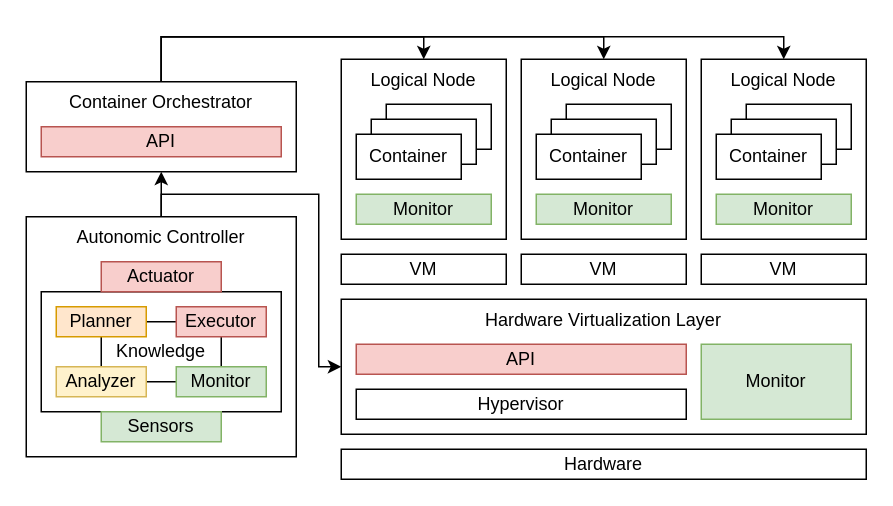
Before: resources/02_theoretical_framework/container_orchestration_platform/diagrams.drawio in niksauer/MasterThesis, a draw.io diagram. Source tidied: cells renumbered, new cells numbered last; positions are measured from the earlier drawing's top-left corner, leaving out a move shared by most shapes. Both pictures are drawn from the tidied source at 150%, with x=0, y=0 at pixel (26, 36).
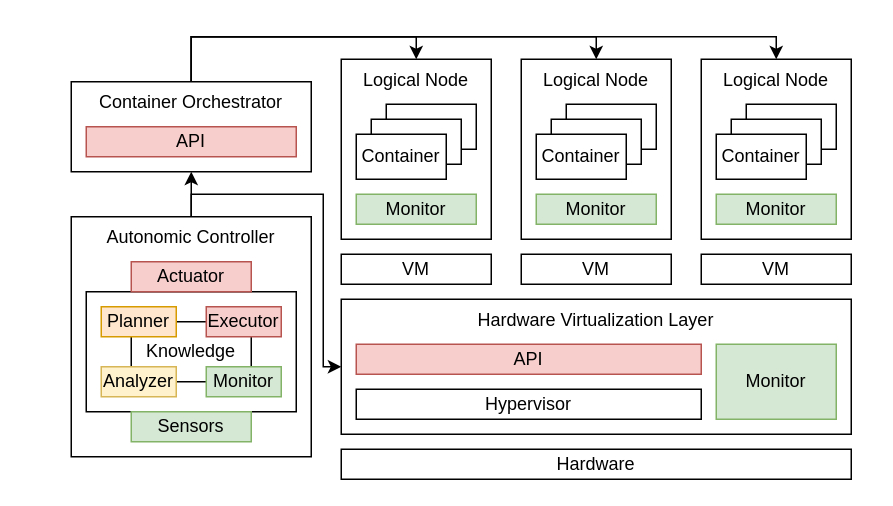
Above is the later version.

Commit message:
Enlarge diagram of container orchestration platforms

What changed in the source:
```diff
@@
     <mxCell id="2" value="Container Orchestrator" style="rounded=0;whiteSpace=wrap;html=1;verticalAlign=top;" parent="1" vertex="1">
-      <mxGeometry y="30" width="180" height="60" as="geometry" />
+      <mxGeometry x="30" y="30" width="160" height="60" as="geometry" />
     </mxCell>
     <mxCell id="3" style="edgeStyle=orthogonalEdgeStyle;rounded=0;jumpStyle=arc;jettySize=auto;html=1;exitX=0.5;exitY=0;exitDx=0;exitDy=0;entryX=0;entryY=0.5;entryDx=0;entryDy=0;" parent="1" edge="1" source="32" target="12">
       <mxGeometry relative="1" as="geometry">
         <Array as="points">
-          <mxPoint x="90" y="105" />
-          <mxPoint x="195" y="105" />
-          <mxPoint x="195" y="220" />
+          <mxPoint x="110" y="105" />
+          <mxPoint x="198" y="105" />
+          <mxPoint x="198" y="220" />
         </Array>
       </mxGeometry>
     </mxCell>
     <mxCell id="4" value="Logical Node" style="rounded=0;whiteSpace=wrap;html=1;verticalAlign=top;" parent="1" vertex="1">
-      <mxGeometry x="210" y="15" width="110" height="120" as="geometry" />
+      <mxGeometry x="210" y="15" width="100" height="120" as="geometry" />
     </mxCell>
     <mxCell id="5" style="rounded=0;whiteSpace=wrap;html=1;" parent="1" vertex="1">
-      <mxGeometry x="240" y="45" width="70" height="30" as="geometry" />
+      <mxGeometry x="240" y="45" width="60" height="30" as="geometry" />
     </mxCell>
     <mxCell id="6" style="rounded=0;whiteSpace=wrap;html=1;" parent="1" vertex="1">
-      <mxGeometry x="230" y="55" width="70" height="30" as="geometry" />
+      <mxGeometry x="230" y="55" width="60" height="30" as="geometry" />
     </mxCell>
     <mxCell id="7" value="Hardware" style="rounded=0;whiteSpace=wrap;html=1;" parent="1" vertex="1">
-      <mxGeometry x="210" y="275" width="350" height="20" as="geometry" />
+      <mxGeometry x="210" y="275" width="340" height="20" as="geometry" />
     </mxCell>
     <mxCell id="8" value="Container" style="rounded=0;whiteSpace=wrap;html=1;" parent="1" vertex="1">
-      <mxGeometry x="220" y="65" width="70" height="30" as="geometry" />
+      <mxGeometry x="220" y="65" width="60" height="30" as="geometry" />
     </mxCell>
     <mxCell id="9" value="Monitor" style="rounded=0;whiteSpace=wrap;html=1;fillColor=#d5e8d4;strokeColor=#82b366;" parent="1" vertex="1">
-      <mxGeometry x="220" y="105" width="90" height="20" as="geometry" />
+      <mxGeometry x="220" y="105" width="80" height="20" as="geometry" />
     </mxCell>
     <mxCell id="10" value="VM" style="rounded=0;whiteSpace=wrap;html=1;verticalAlign=middle;" parent="1" vertex="1">
-      <mxGeometry x="210" y="145" width="110" height="20" as="geometry" />
+      <mxGeometry x="210" y="145" width="100" height="20" as="geometry" />
     </mxCell>
     <mxCell id="11" value="VM" style="rounded=0;whiteSpace=wrap;html=1;verticalAlign=middle;" parent="1" vertex="1">
-      <mxGeometry x="330" y="145" width="110" height="20" as="geometry" />
+      <mxGeometry x="330" y="145" width="100" height="20" as="geometry" />
     </mxCell>
     <mxCell id="12" value="Hardware Virtualization Layer" style="rounded=0;whiteSpace=wrap;html=1;verticalAlign=top;" parent="1" vertex="1">
-      <mxGeometry x="210" y="175" width="350" height="90" as="geometry" />
+      <mxGeometry x="210" y="175" width="340" height="90" as="geometry" />
     </mxCell>
     <mxCell id="13" style="edgeStyle=orthogonalEdgeStyle;rounded=0;jumpStyle=arc;jettySize=auto;html=1;exitX=0.5;exitY=0;exitDx=0;exitDy=0;entryX=0.5;entryY=0;entryDx=0;entryDy=0;" parent="1" edge="1" source="2" target="4">
       <mxGeometry relative="1" as="geometry">
         <Array as="points">
-          <mxPoint x="90" />
-          <mxPoint x="265" />
+          <mxPoint x="110" />
+          <mxPoint x="260" />
         </Array>
       </mxGeometry>
     </mxCell>
     <mxCell id="14" style="edgeStyle=orthogonalEdgeStyle;rounded=0;jumpStyle=arc;jettySize=auto;html=1;entryX=0.5;entryY=0;entryDx=0;entryDy=0;exitX=0.5;exitY=0;exitDx=0;exitDy=0;" parent="1" edge="1" source="2" target="19">
       <mxGeometry relative="1" as="geometry">
         <Array as="points">
-          <mxPoint x="90" />
-          <mxPoint x="385" />
+          <mxPoint x="110" />
+          <mxPoint x="380" />
         </Array>
       </mxGeometry>
     </mxCell>
     <mxCell id="15" style="edgeStyle=orthogonalEdgeStyle;rounded=0;jumpStyle=arc;jettySize=auto;html=1;exitX=0.5;exitY=0;exitDx=0;exitDy=0;entryX=0.5;entryY=0;entryDx=0;entryDy=0;" parent="1" edge="1" source="2" target="24">
       <mxGeometry relative="1" as="geometry">
         <Array as="points">
-          <mxPoint x="90" />
-          <mxPoint x="505" />
+          <mxPoint x="110" />
+          <mxPoint x="500" />
         </Array>
       </mxGeometry>
     </mxCell>
     <mxCell id="16" value="API" style="rounded=0;whiteSpace=wrap;html=1;fillColor=#f8cecc;strokeColor=#b85450;" parent="1" vertex="1">
-      <mxGeometry x="10" y="60" width="160" height="20" as="geometry" />
+      <mxGeometry x="40" y="60" width="140" height="20" as="geometry" />
     </mxCell>
     <mxCell id="17" value="Monitor" style="rounded=0;whiteSpace=wrap;html=1;fillColor=#d5e8d4;strokeColor=#82b366;" parent="1" vertex="1">
-      <mxGeometry x="450" y="205" width="100" height="50" as="geometry" />
+      <mxGeometry x="460" y="205" width="80" height="50" as="geometry" />
     </mxCell>
     <mxCell id="18" value="Hypervisor" style="rounded=0;whiteSpace=wrap;html=1;" parent="1" vertex="1">
-      <mxGeometry x="220" y="235" width="220" height="20" as="geometry" />
+      <mxGeometry x="220" y="235" width="230" height="20" as="geometry" />
     </mxCell>
     <mxCell id="19" value="Logical Node" style="rounded=0;whiteSpace=wrap;html=1;verticalAlign=top;" parent="1" vertex="1">
-      <mxGeometry x="330" y="15" width="110" height="120" as="geometry" />
+      <mxGeometry x="330" y="15" width="100" height="120" as="geometry" />
     </mxCell>
     <mxCell id="20" style="rounded=0;whiteSpace=wrap;html=1;" parent="1" vertex="1">
-      <mxGeometry x="360" y="45" width="70" height="30" as="geometry" />
+      <mxGeometry x="360" y="45" width="60" height="30" as="geometry" />
     </mxCell>
     <mxCell id="21" style="rounded=0;whiteSpace=wrap;html=1;" parent="1" vertex="1">
-      <mxGeometry x="350" y="55" width="70" height="30" as="geometry" />
+      <mxGeometry x="350" y="55" width="60" height="30" as="geometry" />
     </mxCell>
     <mxCell id="22" value="Container" style="rounded=0;whiteSpace=wrap;html=1;" parent="1" vertex="1">
-      <mxGeometry x="340" y="65" width="70" height="30" as="geometry" />
+      <mxGeometry x="340" y="65" width="60" height="30" as="geometry" />
     </mxCell>
     <mxCell id="23" value="Monitor" style="rounded=0;whiteSpace=wrap;html=1;fillColor=#d5e8d4;strokeColor=#82b366;" parent="1" vertex="1">
-      <mxGeometry x="340" y="105" width="90" height="20" as="geometry" />
+      <mxGeometry x="340" y="105" width="80" height="20" as="geometry" />
     </mxCell>
     <mxCell id="24" value="Logical Node" style="rounded=0;whiteSpace=wrap;html=1;verticalAlign=top;" parent="1" vertex="1">
-      <mxGeometry x="450" y="15" width="110" height="120" as="geometry" />
+      <mxGeometry x="450" y="15" width="100" height="120" as="geometry" />
     </mxCell>
     <mxCell id="25" style="rounded=0;whiteSpace=wrap;html=1;" parent="1" vertex="1">
-      <mxGeometry x="480" y="45" width="70" height="30" as="geometry" />
+      <mxGeometry x="480" y="45" width="60" height="30" as="geometry" />
     </mxCell>
     <mxCell id="26" style="rounded=0;whiteSpace=wrap;html=1;" parent="1" vertex="1">
-      <mxGeometry x="470" y="55" width="70" height="30" as="geometry" />
+      <mxGeometry x="470" y="55" width="60" height="30" as="geometry" />
     </mxCell>
     <mxCell id="27" value="Container" style="rounded=0;whiteSpace=wrap;html=1;" parent="1" vertex="1">
-      <mxGeometry x="460" y="65" width="70" height="30" as="geometry" />
+      <mxGeometry x="460" y="65" width="60" height="30" as="geometry" />
     </mxCell>
     <mxCell id="28" value="Monitor" style="rounded=0;whiteSpace=wrap;html=1;fillColor=#d5e8d4;strokeColor=#82b366;" parent="1" vertex="1">
-      <mxGeometry x="460" y="105" width="90" height="20" as="geometry" />
+      <mxGeometry x="460" y="105" width="80" height="20" as="geometry" />
     </mxCell>
     <mxCell id="29" value="VM" style="rounded=0;whiteSpace=wrap;html=1;verticalAlign=middle;" parent="1" vertex="1">
-      <mxGeometry x="450" y="145" width="110" height="20" as="geometry" />
+      <mxGeometry x="450" y="145" width="100" height="20" as="geometry" />
     </mxCell>
     <mxCell id="30" value="API" style="rounded=0;whiteSpace=wrap;html=1;fillColor=#f8cecc;strokeColor=#b85450;" parent="1" vertex="1">
-      <mxGeometry x="220" y="205" width="220" height="20" as="geometry" />
+      <mxGeometry x="220" y="205" width="230" height="20" as="geometry" />
     </mxCell>
-    <mxCell id="31" style="group;" parent="1" vertex="1">
-      <mxGeometry y="120" width="180" height="160" as="geometry" />
-    </mxCell>
+    <mxCell id="41" style="edgeStyle=orthogonalEdgeStyle;rounded=0;jettySize=auto;html=1;exitX=0.5;exitY=0;exitDx=0;exitDy=0;entryX=0.5;entryY=1;entryDx=0;entryDy=0;" parent="1" edge="1" source="32" target="2">
+      <mxGeometry relative="1" as="geometry" />
+    </mxCell>
-    <mxCell id="32" value="Autonomic Controller" style="rounded=0;whiteSpace=wrap;html=1;verticalAlign=top;" parent="31" vertex="1">
-      <mxGeometry width="180" height="160" as="geometry" />
+    <mxCell id="32" value="Autonomic Controller" style="rounded=0;whiteSpace=wrap;html=1;verticalAlign=top;" parent="1" vertex="1">
+      <mxGeometry x="30" y="120" width="160" height="160" as="geometry" />
     </mxCell>
-    <mxCell id="33" style="rounded=0;whiteSpace=wrap;html=1;" parent="31" vertex="1">
-      <mxGeometry x="10" y="50" width="160" height="80" as="geometry" />
+    <mxCell id="33" style="rounded=0;whiteSpace=wrap;html=1;" parent="1" vertex="1">
+      <mxGeometry x="40" y="170" width="140" height="80" as="geometry" />
     </mxCell>
-    <mxCell id="34" value="Knowledge" style="rounded=0;whiteSpace=wrap;html=1;" parent="31" vertex="1">
-      <mxGeometry x="50" y="70" width="80" height="40" as="geometry" />
+    <mxCell id="34" value="Knowledge" style="rounded=0;whiteSpace=wrap;html=1;" parent="1" vertex="1">
+      <mxGeometry x="70" y="190" width="80" height="40" as="geometry" />
     </mxCell>
-    <mxCell id="35" value="Monitor" style="rounded=0;whiteSpace=wrap;html=1;fillColor=#d5e8d4;strokeColor=#82b366;" parent="31" vertex="1">
-      <mxGeometry x="100" y="100" width="60" height="20" as="geometry" />
+    <mxCell id="35" value="Monitor" style="rounded=0;whiteSpace=wrap;html=1;fillColor=#d5e8d4;strokeColor=#82b366;" parent="1" vertex="1">
+      <mxGeometry x="120" y="220" width="50" height="20" as="geometry" />
     </mxCell>
-    <mxCell id="36" value="Executor" style="rounded=0;whiteSpace=wrap;html=1;fillColor=#f8cecc;strokeColor=#b85450;" parent="31" vertex="1">
-      <mxGeometry x="100" y="60" width="60" height="20" as="geometry" />
+    <mxCell id="36" value="Executor" style="rounded=0;whiteSpace=wrap;html=1;fillColor=#f8cecc;strokeColor=#b85450;" parent="1" vertex="1">
+      <mxGeometry x="120" y="180" width="50" height="20" as="geometry" />
     </mxCell>
-    <mxCell id="37" value="Analyzer" style="rounded=0;whiteSpace=wrap;html=1;fillColor=#fff2cc;strokeColor=#d6b656;" parent="31" vertex="1">
-      <mxGeometry x="20" y="100" width="60" height="20" as="geometry" />
+    <mxCell id="37" value="Analyzer" style="rounded=0;whiteSpace=wrap;html=1;fillColor=#fff2cc;strokeColor=#d6b656;" parent="1" vertex="1">
+      <mxGeometry x="50" y="220" width="50" height="20" as="geometry" />
     </mxCell>
-    <mxCell id="38" value="Planner" style="rounded=0;whiteSpace=wrap;html=1;fillColor=#ffe6cc;strokeColor=#d79b00;" parent="31" vertex="1">
-      <mxGeometry x="20" y="60" width="60" height="20" as="geometry" />
+    <mxCell id="38" value="Planner" style="rounded=0;whiteSpace=wrap;html=1;fillColor=#ffe6cc;strokeColor=#d79b00;" parent="1" vertex="1">
+      <mxGeometry x="50" y="180" width="50" height="20" as="geometry" />
     </mxCell>
-    <mxCell id="39" value="Sensors" style="rounded=0;whiteSpace=wrap;html=1;fillColor=#d5e8d4;strokeColor=#82b366;" parent="31" vertex="1">
-      <mxGeometry x="50" y="130" width="80" height="20" as="geometry" />
+    <mxCell id="39" value="Sensors" style="rounded=0;whiteSpace=wrap;html=1;fillColor=#d5e8d4;strokeColor=#82b366;" parent="1" vertex="1">
+      <mxGeometry x="70" y="250" width="80" height="20" as="geometry" />
     </mxCell>
-    <mxCell id="40" value="Actuator" style="rounded=0;whiteSpace=wrap;html=1;fillColor=#f8cecc;strokeColor=#b85450;" parent="31" vertex="1">
-      <mxGeometry x="50" y="30" width="80" height="20" as="geometry" />
+    <mxCell id="40" value="Actuator" style="rounded=0;whiteSpace=wrap;html=1;fillColor=#f8cecc;strokeColor=#b85450;" parent="1" vertex="1">
+      <mxGeometry x="70" y="150" width="80" height="20" as="geometry" />
     </mxCell>
-    <mxCell id="41" style="edgeStyle=orthogonalEdgeStyle;rounded=0;jettySize=auto;html=1;exitX=0.5;exitY=0;exitDx=0;exitDy=0;entryX=0.5;entryY=1;entryDx=0;entryDy=0;" parent="1" edge="1" source="32" target="2">
-      <mxGeometry relative="1" as="geometry" />
-    </mxCell>
```
